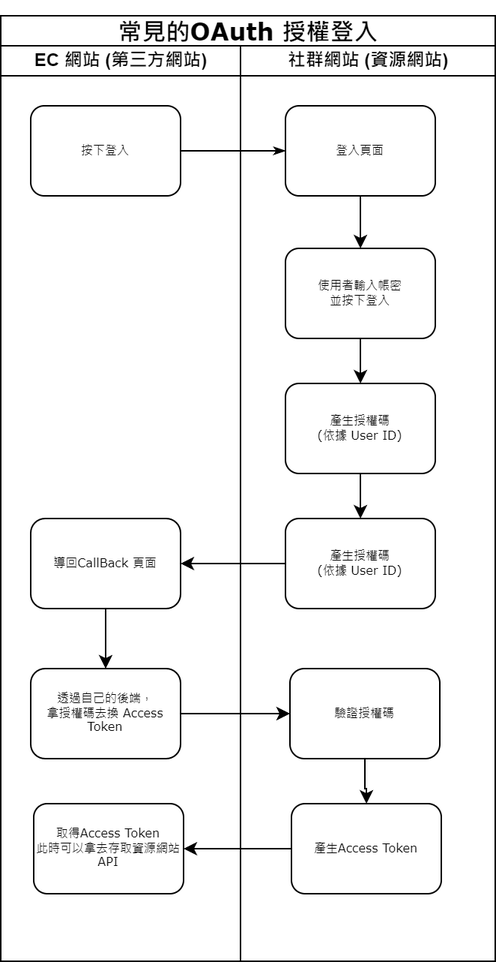
The draw.io diagram site/content/posts/2024-10-15-oauth/flow-chart.png in markku636/NewBlog, before a commit. Source tidied: cells renumbered, new cells last; positions are measured from the earlier drawing's top-left corner, leaving out a move shared by most shapes.
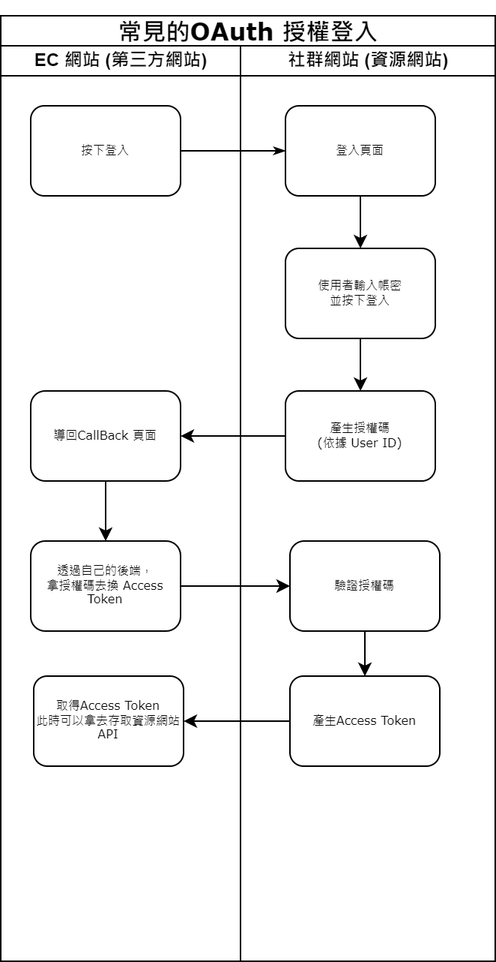
Above is the later version.

What changed in the source:
```diff
@@ -18,13 +18,13 @@
       <mxGeometry relative="1" as="geometry" />
     </mxCell>
     <mxCell id="7" value="導回CallBack 頁面" style="rounded=1;whiteSpace=wrap;html=1;shadow=0;labelBackgroundColor=none;strokeWidth=1;fontFamily=Verdana;fontSize=8;align=center;arcSize=16;" parent="4" vertex="1">
-      <mxGeometry x="-140" y="315" width="100" height="60" as="geometry" />
+      <mxGeometry x="-140" y="230" width="100" height="60" as="geometry" />
     </mxCell>
     <mxCell id="8" value="透過自己的後端，&lt;br&gt;拿授權碼去換 Access Token" style="rounded=1;whiteSpace=wrap;html=1;shadow=0;labelBackgroundColor=none;strokeWidth=1;fontFamily=Verdana;fontSize=8;align=center;arcSize=16;" parent="4" vertex="1">
-      <mxGeometry x="-140" y="415" width="100" height="60" as="geometry" />
+      <mxGeometry x="-140" y="330" width="100" height="60" as="geometry" />
     </mxCell>
     <mxCell id="9" value="取得Access Token&lt;br&gt;此時可以拿去存取資源網站API" style="rounded=1;whiteSpace=wrap;html=1;shadow=0;labelBackgroundColor=none;strokeWidth=1;fontFamily=Verdana;fontSize=8;align=center;" parent="4" vertex="1">
-      <mxGeometry x="-138" y="505" width="100" height="60" as="geometry" />
+      <mxGeometry x="-138" y="420" width="100" height="60" as="geometry" />
     </mxCell>
     <mxCell id="10" style="edgeStyle=orthogonalEdgeStyle;rounded=1;html=1;labelBackgroundColor=none;startArrow=none;startFill=0;startSize=5;endArrow=classicThin;endFill=1;endSize=5;jettySize=auto;strokeWidth=1;fontFamily=Verdana;fontSize=8;" parent="4" edge="1" source="5" target="14">
       <mxGeometry relative="1" as="geometry" />
@@ -41,29 +41,23 @@
     <mxCell id="14" value="登入頁面" style="rounded=1;whiteSpace=wrap;html=1;shadow=0;labelBackgroundColor=none;strokeWidth=1;fontFamily=Verdana;fontSize=8;align=center;" parent="4" vertex="1">
       <mxGeometry x="30" y="40" width="100" height="60" as="geometry" />
     </mxCell>
-    <mxCell id="15" style="edgeStyle=orthogonalEdgeStyle;rounded=0;jettySize=auto;html=1;" parent="4" edge="1" source="16" target="18">
-      <mxGeometry relative="1" as="geometry" />
-    </mxCell>
+    <mxCell id="24" style="edgeStyle=orthogonalEdgeStyle;rounded=0;jettySize=auto;html=1;" parent="4" edge="1" source="16" target="19">
+      <mxGeometry relative="1" as="geometry" />
+    </mxCell>
     <mxCell id="16" value="使用者輸入帳密&lt;br&gt;並按下登入" style="rounded=1;whiteSpace=wrap;html=1;shadow=0;labelBackgroundColor=none;strokeWidth=1;fontFamily=Verdana;fontSize=8;align=center;" parent="4" vertex="1">
       <mxGeometry x="30" y="135" width="100" height="60" as="geometry" />
     </mxCell>
-    <mxCell id="17" style="edgeStyle=orthogonalEdgeStyle;rounded=0;jettySize=auto;html=1;" parent="4" edge="1" source="18" target="19">
-      <mxGeometry relative="1" as="geometry" />
-    </mxCell>
-    <mxCell id="18" value="產生授權碼&lt;br&gt;(依據 User ID)" style="rounded=1;whiteSpace=wrap;html=1;shadow=0;labelBackgroundColor=none;strokeWidth=1;fontFamily=Verdana;fontSize=8;align=center;" parent="4" vertex="1">
-      <mxGeometry x="30" y="225" width="100" height="60" as="geometry" />
-    </mxCell>
     <mxCell id="19" value="產生授權碼&lt;br&gt;(依據 User ID)" style="rounded=1;whiteSpace=wrap;html=1;shadow=0;labelBackgroundColor=none;strokeWidth=1;fontFamily=Verdana;fontSize=8;align=center;" parent="4" vertex="1">
-      <mxGeometry x="30" y="315" width="100" height="60" as="geometry" />
+      <mxGeometry x="30" y="230" width="100" height="60" as="geometry" />
     </mxCell>
     <mxCell id="20" style="edgeStyle=orthogonalEdgeStyle;rounded=0;jettySize=auto;html=1;" parent="4" edge="1" source="21" target="22">
       <mxGeometry relative="1" as="geometry" />
     </mxCell>
     <mxCell id="21" value="驗證授權碼" style="rounded=1;whiteSpace=wrap;html=1;shadow=0;labelBackgroundColor=none;strokeWidth=1;fontFamily=Verdana;fontSize=8;align=center;arcSize=16;" parent="4" vertex="1">
-      <mxGeometry x="33" y="415" width="100" height="60" as="geometry" />
+      <mxGeometry x="33" y="330" width="100" height="60" as="geometry" />
     </mxCell>
     <mxCell id="22" value="產生Access Token" style="rounded=1;whiteSpace=wrap;html=1;shadow=0;labelBackgroundColor=none;strokeWidth=1;fontFamily=Verdana;fontSize=8;align=center;" parent="4" vertex="1">
-      <mxGeometry x="34" y="505" width="100" height="60" as="geometry" />
+      <mxGeometry x="33" y="420" width="100" height="60" as="geometry" />
     </mxCell>
     <mxCell id="23" style="edgeStyle=orthogonalEdgeStyle;rounded=0;jettySize=auto;html=1;" parent="4" edge="1" source="22" target="9">
       <mxGeometry relative="1" as="geometry" />
```
